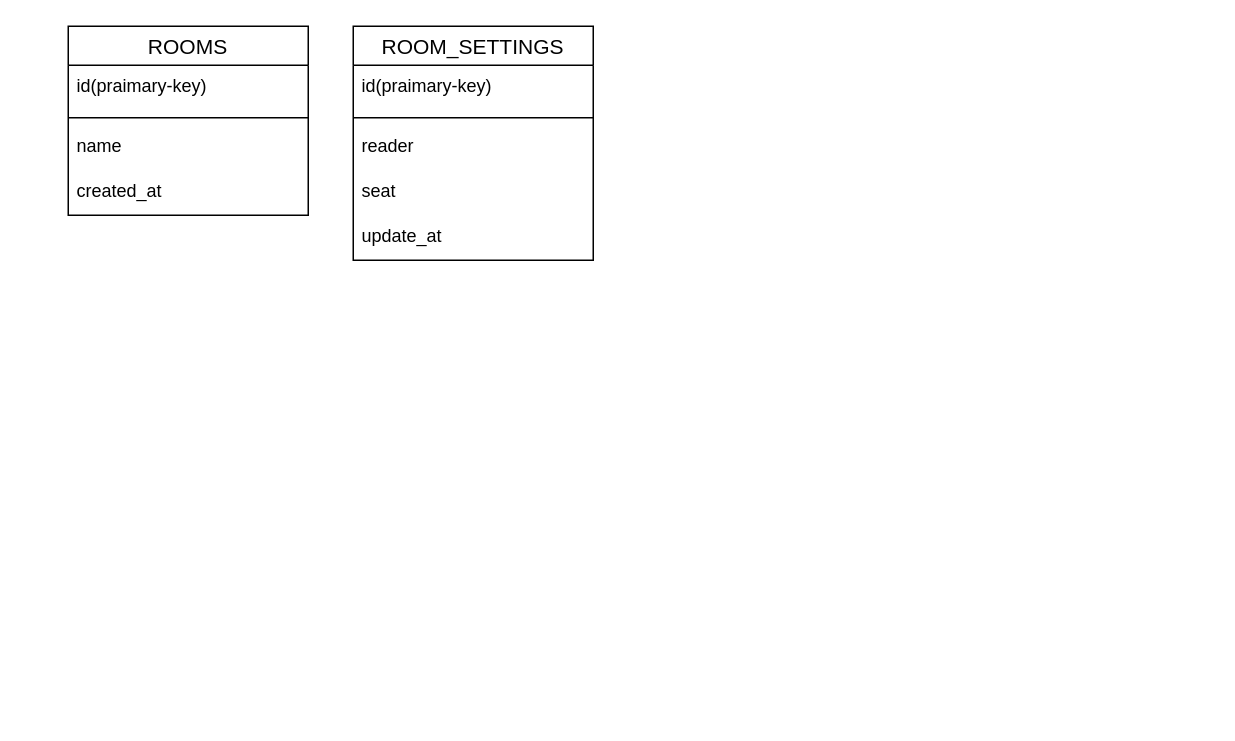
This is focus-room/名称未設定ファイル.drawio from sintaro-katuta/FocusRoom, a draw.io file, before an edit. Source tidied: cells renumbered, new cells numbered last; positions are measured from the earlier drawing's top-left corner, leaving out a move shared by most shapes. Both pictures are drawn from the tidied source at 150%, with x=0, y=0 at pixel (68, 26).
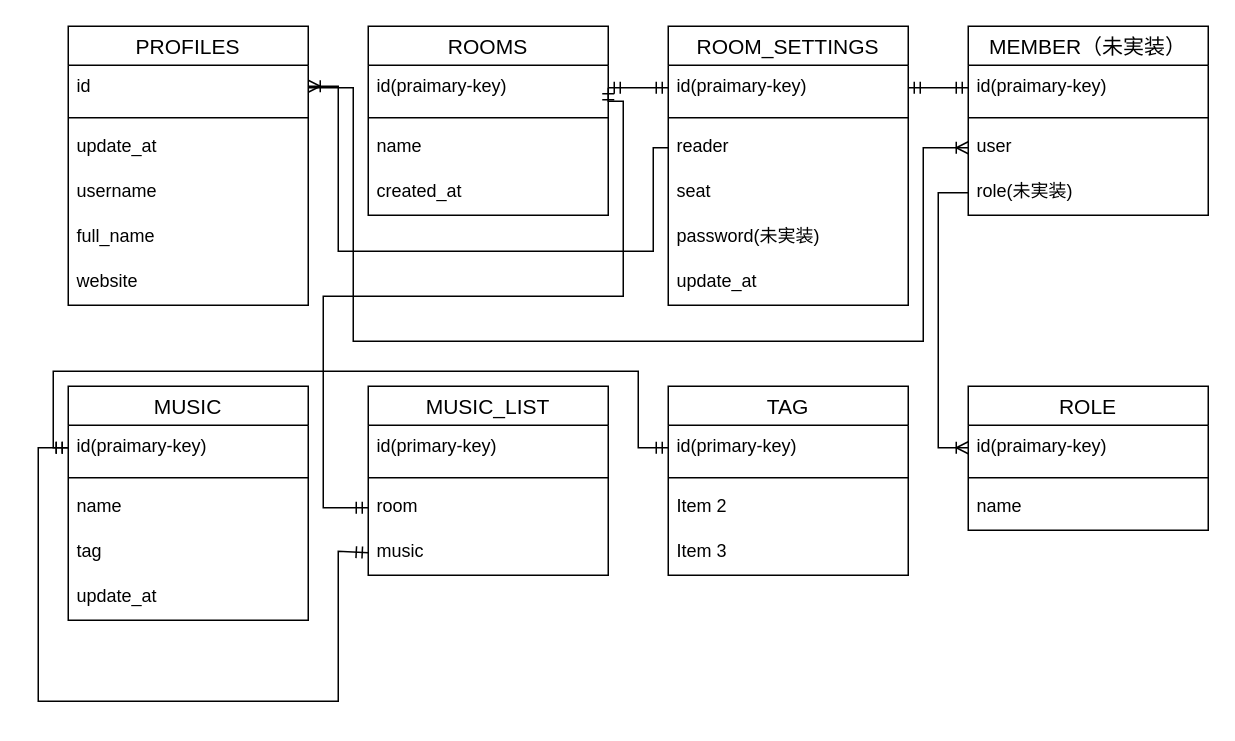
The same page after the edit.

The change refers to these unchanged cells:
```xml
<mxCell id="3" value="id(praimary-key)" style="text;strokeColor=none;fillColor=none;spacingLeft=4;spacingRight=4;overflow=hidden;points=[[0,0.5],[1,0.5]];portConstraint=eastwest;fontSize=12;whiteSpace=wrap;html=1;" parent="2" vertex="1">
  <mxGeometry y="26" width="160" height="30" as="geometry" />
</mxCell>
<mxCell id="8" value="id(praimary-key)" style="text;strokeColor=none;fillColor=none;spacingLeft=4;spacingRight=4;overflow=hidden;points=[[0,0.5],[1,0.5]];portConstraint=eastwest;fontSize=12;whiteSpace=wrap;html=1;" parent="7" vertex="1">
  <mxGeometry y="26" width="160" height="30" as="geometry" />
</mxCell>
<mxCell id="10" value="reader" style="text;strokeColor=none;fillColor=none;spacingLeft=4;spacingRight=4;overflow=hidden;points=[[0,0.5],[1,0.5]];portConstraint=eastwest;fontSize=12;whiteSpace=wrap;html=1;" parent="7" vertex="1">
  <mxGeometry y="66" width="160" height="30" as="geometry" />
</mxCell>
```

Diff of the diagram source:
```diff
@@
     <mxCell id="2" value="ROOMS" style="swimlane;fontStyle=0;horizontal=1;startSize=26;align=center;fontSize=14;" parent="1" vertex="1">
-      <mxGeometry width="160" height="126" as="geometry" />
+      <mxGeometry x="200" width="160" height="126" as="geometry" />
     </mxCell>
@@
     <mxCell id="7" value="ROOM_SETTINGS" style="swimlane;fontStyle=0;horizontal=1;startSize=26;align=center;fontSize=14;" parent="1" vertex="1">
-      <mxGeometry x="190" width="160" height="156" as="geometry" />
+      <mxGeometry x="400" width="160" height="186" as="geometry" />
     </mxCell>
@@
+    <mxCell id="13" value="password(未実装)" style="text;strokeColor=none;fillColor=none;spacingLeft=4;spacingRight=4;overflow=hidden;fontSize=12;" parent="7" vertex="1">
+      <mxGeometry y="126" width="160" height="30" as="geometry" />
+    </mxCell>
     <mxCell id="12" value="update_at" style="text;strokeColor=none;fillColor=none;spacingLeft=4;spacingRight=4;overflow=hidden;fontSize=12;" parent="7" vertex="1">
-      <mxGeometry y="126" width="160" height="30" as="geometry" />
+      <mxGeometry y="156" width="160" height="30" as="geometry" />
     </mxCell>
+    <mxCell id="14" value="MUSIC" style="swimlane;fontStyle=0;horizontal=1;startSize=26;align=center;fontSize=14;" parent="1" vertex="1">
+      <mxGeometry y="240" width="160" height="156" as="geometry" />
+    </mxCell>
+    <mxCell id="15" value="id(praimary-key)" style="text;strokeColor=none;fillColor=none;spacingLeft=4;spacingRight=4;overflow=hidden;points=[[0,0.5],[1,0.5]];portConstraint=eastwest;fontSize=12;whiteSpace=wrap;html=1;" parent="14" vertex="1">
+      <mxGeometry y="26" width="160" height="30" as="geometry" />
+    </mxCell>
+    <mxCell id="16" style="line;strokeWidth=1;dashed=0;labelPosition=right;align=left;verticalAlign=middle;spacingTop=0;spacingLeft=6;" parent="14" vertex="1">
+      <mxGeometry y="56" width="160" height="10" as="geometry" />
+    </mxCell>
+    <mxCell id="17" value="name" style="text;strokeColor=none;fillColor=none;spacingLeft=4;spacingRight=4;overflow=hidden;fontSize=12;" parent="14" vertex="1">
+      <mxGeometry y="66" width="160" height="30" as="geometry" />
+    </mxCell>
+    <mxCell id="18" value="tag" style="text;strokeColor=none;fillColor=none;spacingLeft=4;spacingRight=4;overflow=hidden;fontSize=12;whiteSpace=wrap;html=1;" parent="14" vertex="1">
+      <mxGeometry y="96" width="160" height="30" as="geometry" />
+    </mxCell>
+    <mxCell id="19" value="update_at" style="text;strokeColor=none;fillColor=none;spacingLeft=4;spacingRight=4;overflow=hidden;fontSize=12;" parent="14" vertex="1">
+      <mxGeometry y="126" width="160" height="30" as="geometry" />
+    </mxCell>
+    <mxCell id="20" style="edgeStyle=entityRelationEdgeStyle;fontSize=12;html=1;endArrow=ERmandOne;startArrow=ERmandOne;rounded=0;exitX=1;exitY=0.5;exitDx=0;exitDy=0;entryX=0;entryY=0.5;entryDx=0;entryDy=0;" parent="1" edge="1" source="3" target="8">
+      <mxGeometry relative="1" as="geometry" />
+    </mxCell>
+    <mxCell id="21" value="PROFILES" style="swimlane;fontStyle=0;horizontal=1;startSize=26;align=center;fontSize=14;" parent="1" vertex="1">
+      <mxGeometry width="160" height="186" as="geometry" />
+    </mxCell>
+    <mxCell id="22" value="id" style="text;strokeColor=none;fillColor=none;spacingLeft=4;spacingRight=4;overflow=hidden;points=[[0,0.5],[1,0.5]];portConstraint=eastwest;fontSize=12;" parent="21" vertex="1">
+      <mxGeometry y="26" width="160" height="30" as="geometry" />
+    </mxCell>
+    <mxCell id="23" style="line;strokeWidth=1;dashed=0;labelPosition=right;align=left;verticalAlign=middle;spacingTop=0;spacingLeft=6;fillColor=default;" parent="21" vertex="1">
+      <mxGeometry y="56" width="160" height="10" as="geometry" />
+    </mxCell>
+    <mxCell id="24" value="update_at" style="text;strokeColor=none;fillColor=none;spacingLeft=4;spacingRight=4;overflow=hidden;fontSize=12;" parent="21" vertex="1">
+      <mxGeometry y="66" width="160" height="30" as="geometry" />
+    </mxCell>
+    <mxCell id="25" value="username" style="text;strokeColor=none;fillColor=none;spacingLeft=4;spacingRight=4;overflow=hidden;fontSize=12;" parent="21" vertex="1">
+      <mxGeometry y="96" width="160" height="30" as="geometry" />
+    </mxCell>
+    <mxCell id="26" value="full_name" style="text;strokeColor=none;fillColor=none;spacingLeft=4;spacingRight=4;overflow=hidden;fontSize=12;" parent="21" vertex="1">
+      <mxGeometry y="126" width="160" height="30" as="geometry" />
+    </mxCell>
+    <mxCell id="27" value="website" style="text;strokeColor=none;fillColor=none;spacingLeft=4;spacingRight=4;overflow=hidden;fontSize=12;" parent="21" vertex="1">
+      <mxGeometry y="156" width="160" height="30" as="geometry" />
+    </mxCell>
+    <mxCell id="28" style="edgeStyle=orthogonalEdgeStyle;fontSize=12;html=1;endArrow=ERoneToMany;rounded=0;exitX=0;exitY=0.5;exitDx=0;exitDy=0;" parent="1" edge="1" source="10" target="22">
+      <mxGeometry relative="1" as="geometry">
+        <Array as="points">
+          <mxPoint x="390" y="81" />
+          <mxPoint x="390" y="150" />
+          <mxPoint x="180" y="150" />
+          <mxPoint x="180" y="40" />
+        </Array>
+      </mxGeometry>
+    </mxCell>
+    <mxCell id="29" value="MEMBER（未実装）" style="swimlane;fontStyle=0;horizontal=1;startSize=26;align=center;fontSize=14;" parent="1" vertex="1">
+      <mxGeometry x="600" width="160" height="126" as="geometry" />
+    </mxCell>
+    <mxCell id="30" value="id(praimary-key)" style="text;strokeColor=none;fillColor=none;spacingLeft=4;spacingRight=4;overflow=hidden;points=[[0,0.5],[1,0.5]];portConstraint=eastwest;fontSize=12;whiteSpace=wrap;html=1;" parent="29" vertex="1">
+      <mxGeometry y="26" width="160" height="30" as="geometry" />
+    </mxCell>
+    <mxCell id="31" style="line;strokeWidth=1;dashed=0;labelPosition=right;align=left;verticalAlign=middle;spacingTop=0;spacingLeft=6;" parent="29" vertex="1">
+      <mxGeometry y="56" width="160" height="10" as="geometry" />
+    </mxCell>
+    <mxCell id="32" value="user" style="text;strokeColor=none;fillColor=none;spacingLeft=4;spacingRight=4;overflow=hidden;points=[[0,0.5],[1,0.5]];portConstraint=eastwest;fontSize=12;" parent="29" vertex="1">
+      <mxGeometry y="66" width="160" height="30" as="geometry" />
+    </mxCell>
+    <mxCell id="33" value="role(未実装)" style="text;strokeColor=none;fillColor=none;spacingLeft=4;spacingRight=4;overflow=hidden;points=[[0,0.5],[1,0.5]];portConstraint=eastwest;fontSize=12;" parent="29" vertex="1">
+      <mxGeometry y="96" width="160" height="30" as="geometry" />
+    </mxCell>
+    <mxCell id="34" style="edgeStyle=entityRelationEdgeStyle;fontSize=12;html=1;endArrow=ERmandOne;startArrow=ERmandOne;rounded=0;entryX=0;entryY=0.5;entryDx=0;entryDy=0;" parent="1" edge="1" source="8" target="30">
+      <mxGeometry relative="1" as="geometry" />
+    </mxCell>
+    <mxCell id="35" value="ROLE" style="swimlane;fontStyle=0;horizontal=1;startSize=26;align=center;fontSize=14;" parent="1" vertex="1">
+      <mxGeometry x="600" y="240" width="160" height="96" as="geometry" />
+    </mxCell>
+    <mxCell id="36" value="id(praimary-key)" style="text;strokeColor=none;fillColor=none;spacingLeft=4;spacingRight=4;overflow=hidden;points=[[0,0.5],[1,0.5]];portConstraint=eastwest;fontSize=12;whiteSpace=wrap;html=1;" parent="35" vertex="1">
+      <mxGeometry y="26" width="160" height="30" as="geometry" />
+    </mxCell>
+    <mxCell id="37" style="line;strokeWidth=1;dashed=0;labelPosition=right;align=left;verticalAlign=middle;spacingTop=0;spacingLeft=6;" parent="35" vertex="1">
+      <mxGeometry y="56" width="160" height="10" as="geometry" />
+    </mxCell>
+    <mxCell id="38" value="name" style="text;strokeColor=none;fillColor=none;spacingLeft=4;spacingRight=4;overflow=hidden;fontSize=12;" parent="35" vertex="1">
+      <mxGeometry y="66" width="160" height="30" as="geometry" />
+    </mxCell>
+    <mxCell id="39" style="edgeStyle=orthogonalEdgeStyle;fontSize=12;html=1;endArrow=ERoneToMany;rounded=0;entryX=0;entryY=0.5;entryDx=0;entryDy=0;exitX=0;exitY=0.5;exitDx=0;exitDy=0;" parent="1" edge="1" source="33" target="36">
+      <mxGeometry relative="1" as="geometry">
+        <Array as="points">
+          <mxPoint x="580" y="111" />
+          <mxPoint x="580" y="281" />
+        </Array>
+      </mxGeometry>
+    </mxCell>
+    <mxCell id="40" style="edgeStyle=orthogonalEdgeStyle;fontSize=12;html=1;endArrow=ERoneToMany;rounded=0;entryX=0;entryY=0.5;entryDx=0;entryDy=0;exitX=1;exitY=0.5;exitDx=0;exitDy=0;" parent="1" edge="1" source="22" target="32">
+      <mxGeometry relative="1" as="geometry">
+        <Array as="points">
+          <mxPoint x="190" y="41" />
+          <mxPoint x="190" y="210" />
+          <mxPoint x="570" y="210" />
+          <mxPoint x="570" y="81" />
+        </Array>
+      </mxGeometry>
+    </mxCell>
+    <mxCell id="41" value="MUSIC_LIST" style="swimlane;fontStyle=0;horizontal=1;startSize=26;align=center;fontSize=14;fillColor=default;" parent="1" vertex="1">
+      <mxGeometry x="200" y="240" width="160" height="126" as="geometry" />
+    </mxCell>
+    <mxCell id="42" value="id(primary-key)" style="text;strokeColor=none;fillColor=none;spacingLeft=4;spacingRight=4;overflow=hidden;fontSize=12;" parent="41" vertex="1">
+      <mxGeometry y="26" width="160" height="30" as="geometry" />
+    </mxCell>
+    <mxCell id="43" style="line;strokeWidth=1;dashed=0;labelPosition=right;align=left;verticalAlign=middle;spacingTop=0;spacingLeft=6;fillColor=default;" parent="41" vertex="1">
+      <mxGeometry y="56" width="160" height="10" as="geometry" />
+    </mxCell>
+    <mxCell id="44" value="room" style="text;strokeColor=none;fillColor=none;spacingLeft=4;spacingRight=4;overflow=hidden;points=[[0,0.5],[1,0.5]];portConstraint=eastwest;fontSize=12;" parent="41" vertex="1">
+      <mxGeometry y="66" width="160" height="30" as="geometry" />
+    </mxCell>
+    <mxCell id="45" value="music" style="text;strokeColor=none;fillColor=none;spacingLeft=4;spacingRight=4;overflow=hidden;points=[[0,0.5],[1,0.5]];portConstraint=eastwest;fontSize=12;" parent="41" vertex="1">
+      <mxGeometry y="96" width="160" height="30" as="geometry" />
+    </mxCell>
+    <mxCell id="46" style="edgeStyle=orthogonalEdgeStyle;fontSize=12;html=1;endArrow=ERmandOne;startArrow=ERmandOne;rounded=0;entryX=1;entryY=0.5;entryDx=0;entryDy=0;exitX=0;exitY=0.5;exitDx=0;exitDy=0;" parent="1" edge="1" source="44" target="3">
+      <mxGeometry relative="1" as="geometry">
+        <Array as="points">
+          <mxPoint x="170" y="321" />
+          <mxPoint x="170" y="180" />
+          <mxPoint x="370" y="180" />
+          <mxPoint x="370" y="50" />
+          <mxPoint x="360" y="50" />
+        </Array>
+      </mxGeometry>
+    </mxCell>
+    <mxCell id="47" style="edgeStyle=orthogonalEdgeStyle;fontSize=12;html=1;endArrow=ERmandOne;startArrow=ERmandOne;rounded=0;entryX=0;entryY=0.5;entryDx=0;entryDy=0;exitX=0;exitY=0.5;exitDx=0;exitDy=0;" parent="1" edge="1" source="15" target="45">
+      <mxGeometry relative="1" as="geometry">
+        <Array as="points">
+          <mxPoint x="-20" y="281" />
+          <mxPoint x="-20" y="450" />
+          <mxPoint x="180" y="450" />
+          <mxPoint x="180" y="350" />
+        </Array>
+      </mxGeometry>
+    </mxCell>
+    <mxCell id="48" value="TAG" style="swimlane;fontStyle=0;horizontal=1;startSize=26;align=center;fontSize=14;fillColor=default;" parent="1" vertex="1">
+      <mxGeometry x="400" y="240" width="160" height="126" as="geometry" />
+    </mxCell>
+    <mxCell id="49" value="id(primary-key)" style="text;strokeColor=none;fillColor=none;spacingLeft=4;spacingRight=4;overflow=hidden;points=[[0,0.5],[1,0.5]];portConstraint=eastwest;fontSize=12;" parent="48" vertex="1">
+      <mxGeometry y="26" width="160" height="30" as="geometry" />
+    </mxCell>
+    <mxCell id="50" style="line;strokeWidth=1;dashed=0;labelPosition=right;align=left;verticalAlign=middle;spacingTop=0;spacingLeft=6;fillColor=default;" parent="48" vertex="1">
+      <mxGeometry y="56" width="160" height="10" as="geometry" />
+    </mxCell>
+    <mxCell id="51" value="Item 2" style="text;strokeColor=none;fillColor=none;spacingLeft=4;spacingRight=4;overflow=hidden;fontSize=12;" parent="48" vertex="1">
+      <mxGeometry y="66" width="160" height="30" as="geometry" />
+    </mxCell>
+    <mxCell id="52" value="Item 3" style="text;strokeColor=none;fillColor=none;spacingLeft=4;spacingRight=4;overflow=hidden;fontSize=12;" parent="48" vertex="1">
+      <mxGeometry y="96" width="160" height="30" as="geometry" />
+    </mxCell>
+    <mxCell id="53" style="edgeStyle=orthogonalEdgeStyle;fontSize=12;html=1;endArrow=ERmandOne;startArrow=ERmandOne;rounded=0;entryX=0;entryY=0.5;entryDx=0;entryDy=0;exitX=0;exitY=0.5;exitDx=0;exitDy=0;" parent="1" edge="1" source="15" target="49">
+      <mxGeometry relative="1" as="geometry">
+        <Array as="points">
+          <mxPoint x="-10" y="281" />
+          <mxPoint x="-10" y="230" />
+          <mxPoint x="380" y="230" />
+          <mxPoint x="380" y="281" />
+        </Array>
+      </mxGeometry>
+    </mxCell>
```
